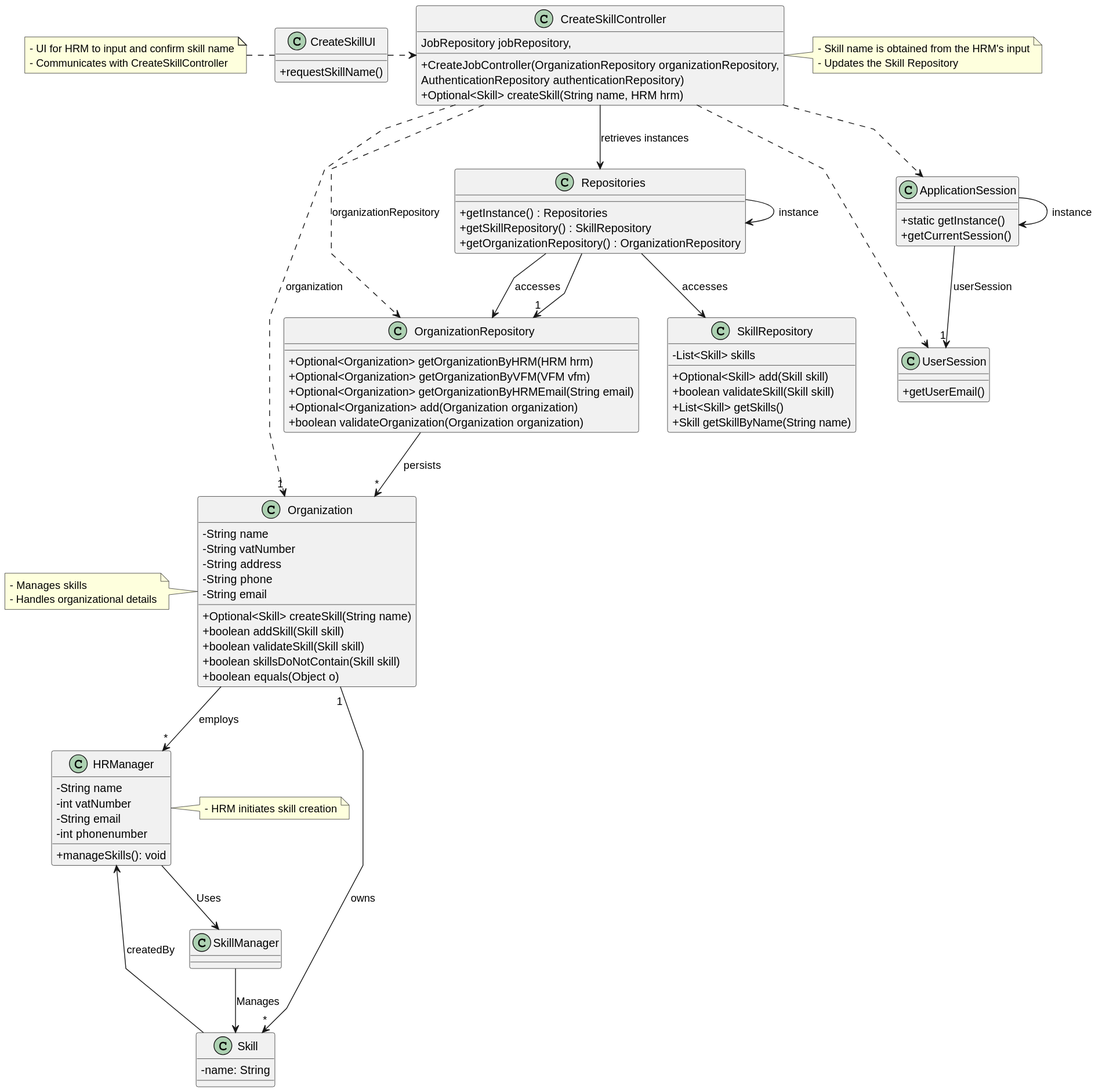
This is docs/sprint3/us001/03.design/svg/us001-class-diagram.svg from tiagosoa/lei-24-s2-1dgh-g073, a PlantUML export, as it was before one commit.
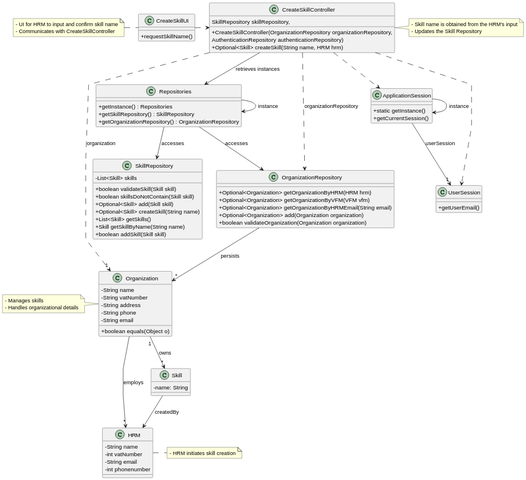
The same file after the commit.

The edit, as a diff of the source:
```diff
@@ -23,10 +23,13 @@
 
 class SkillRepository {
   - List<Skill> skills
+  + boolean validateSkill(Skill skill)
+  + boolean skillsDoNotContain(Skill skill)
   + Optional<Skill> add(Skill skill)
-  + boolean validateSkill(Skill skill)
+  + Optional<Skill> createSkill(String name)
   + List<Skill> getSkills()
   + Skill getSkillByName(String name)
+  + boolean addSkill(Skill skill)
 }
 
 class Organization {
@@ -35,10 +38,6 @@
   - String address
   - String phone
   - String email
-  + Optional<Skill> createSkill(String name)
-  + boolean addSkill(Skill skill)
-  + boolean validateSkill(Skill skill)
-  + boolean skillsDoNotContain(Skill skill)
   + boolean equals(Object o)
 }
 
@@ -57,8 +56,8 @@
 }
 
 class CreateSkillController {
-  + CreateJobController(OrganizationRepository organizationRepository,
-                                   JobRepository jobRepository,
+  + CreateSkillController(OrganizationRepository organizationRepository,
+                                   SkillRepository skillRepository,
                                    AuthenticationRepository authenticationRepository)
   + Optional<Skill> createSkill(String name, HRM hrm)
 }
@@ -67,23 +66,19 @@
   + requestSkillName()
 }
 
-class HRManager {
+class HRM {
    - String name
    - int vatNumber
    - String email
    - int phonenumber
-    + manageSkills(): void
 }
-
-SkillManager --> Skill: Manages
-HRManager --> SkillManager: Uses
 
 note right of CreateSkillController
   - Skill name is obtained from the HRM's input
   - Updates the Skill Repository
 end note
 
-note right of HRManager
+note right of HRM
   - HRM initiates skill creation
 end note
 
@@ -109,8 +104,6 @@
 
 CreateSkillController ..> OrganizationRepository : organizationRepository
 
-Repositories --> "1" OrganizationRepository
-
 OrganizationRepository --> "*" Organization : persists
 ApplicationSession --> "1" UserSession : userSession
 
@@ -118,7 +111,7 @@
 CreateSkillController ..> ApplicationSession
 CreateSkillController ..> UserSession
 Organization "1" --> "*" Skill : owns
-Skill --> HRManager : createdBy
+Skill --> HRM : createdBy
 
-Organization --> "*" HRManager : employs
+Organization --> "*" HRM : employs
 @enduml
```
